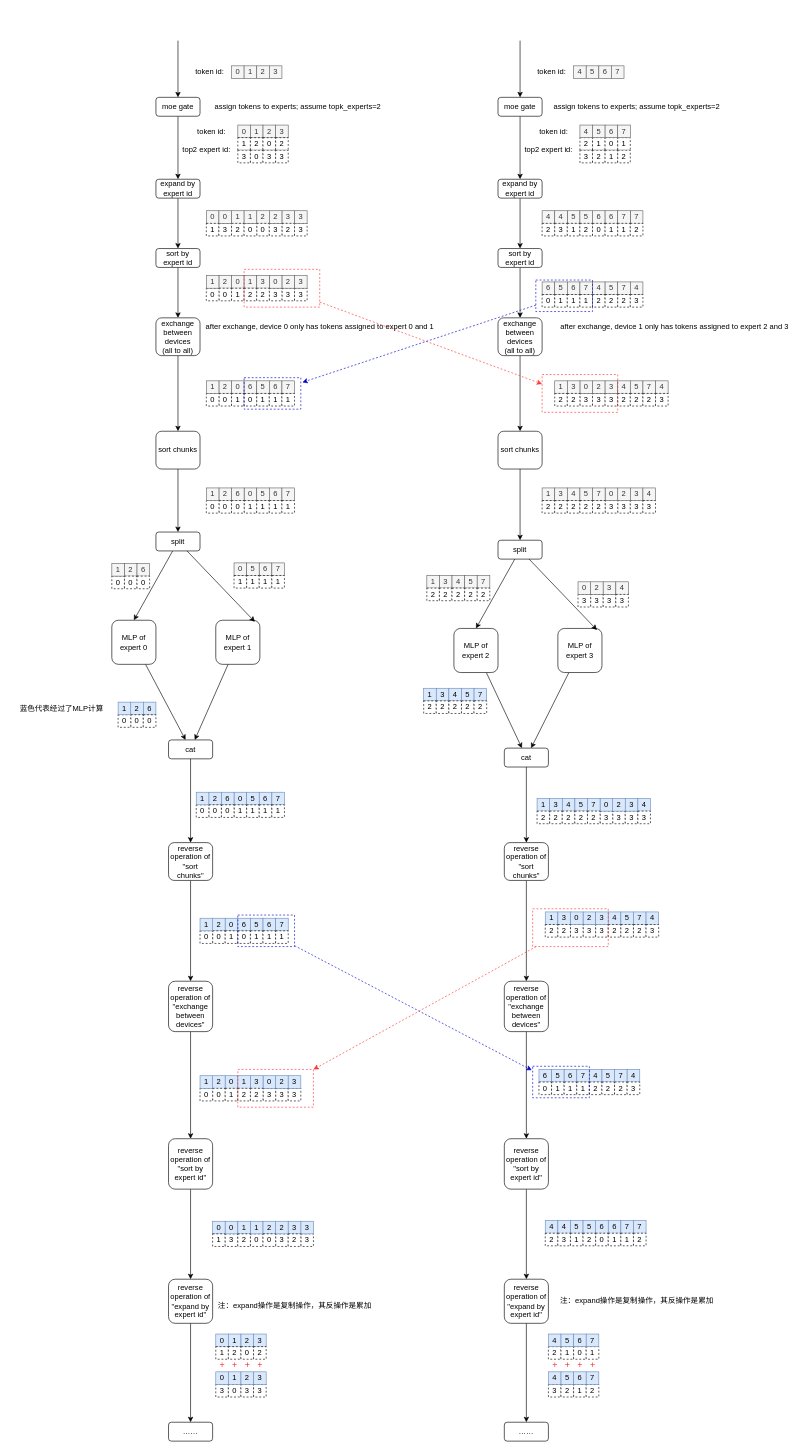
thereAreDemonsNearby/DynamoRIOAndDrCCTProfNotes keeps this draw.io diagram as EP.drawio. Above is the earlier version. Source tidied: cells renumbered, new cells numbered last; positions are measured from the earlier drawing's top-left corner, leaving out a move shared by most shapes. Both pictures are drawn from the tidied source at 63%, with x=0, y=0 at pixel (11, 40).
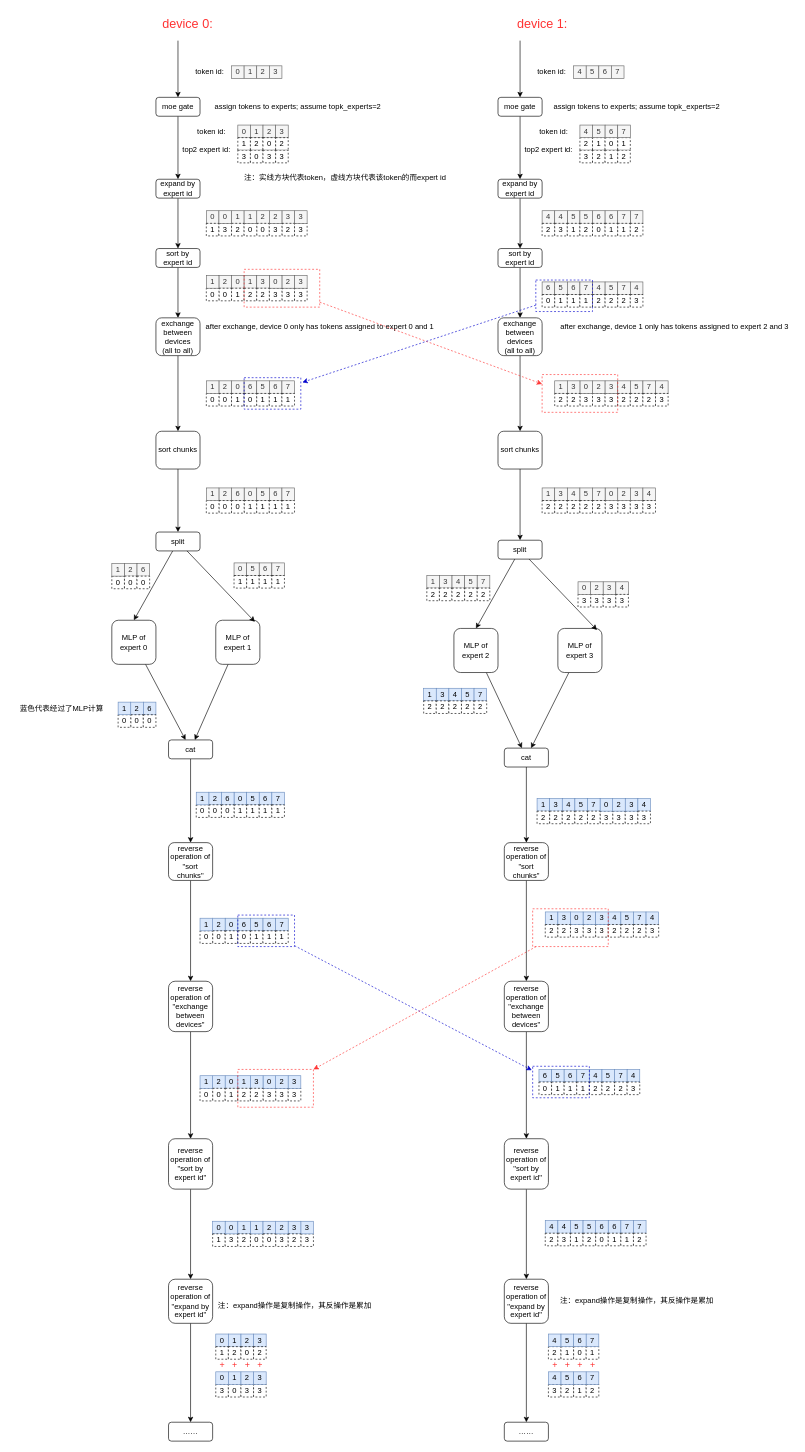
The same diagram, later.

What changed in the source:
```diff
@@
+    <mxCell id="461" value="注：实线方块代表token，虚线方块代表该token的而expert id" style="text;html=1;align=center;verticalAlign=middle;strokeColor=none;fillColor=none;" parent="1" vertex="1">
+      <mxGeometry x="360" y="203" width="340" height="30" as="geometry" />
+    </mxCell>
+    <mxCell id="462" value="&lt;font style=&quot;font-size: 20px; color: rgb(255, 51, 51);&quot;&gt;device 0:&lt;/font&gt;" style="text;html=1;align=center;verticalAlign=middle;strokeColor=none;fillColor=none;" parent="1" vertex="1">
+      <mxGeometry x="230" y="-47" width="100" height="40" as="geometry" />
+    </mxCell>
+    <mxCell id="463" value="&lt;font style=&quot;font-size: 20px; color: rgb(255, 51, 51);&quot;&gt;device 1:&lt;/font&gt;" style="text;html=1;align=center;verticalAlign=middle;strokeColor=none;fillColor=none;" parent="1" vertex="1">
+      <mxGeometry x="793" y="-47" width="100" height="40" as="geometry" />
+    </mxCell>
```
